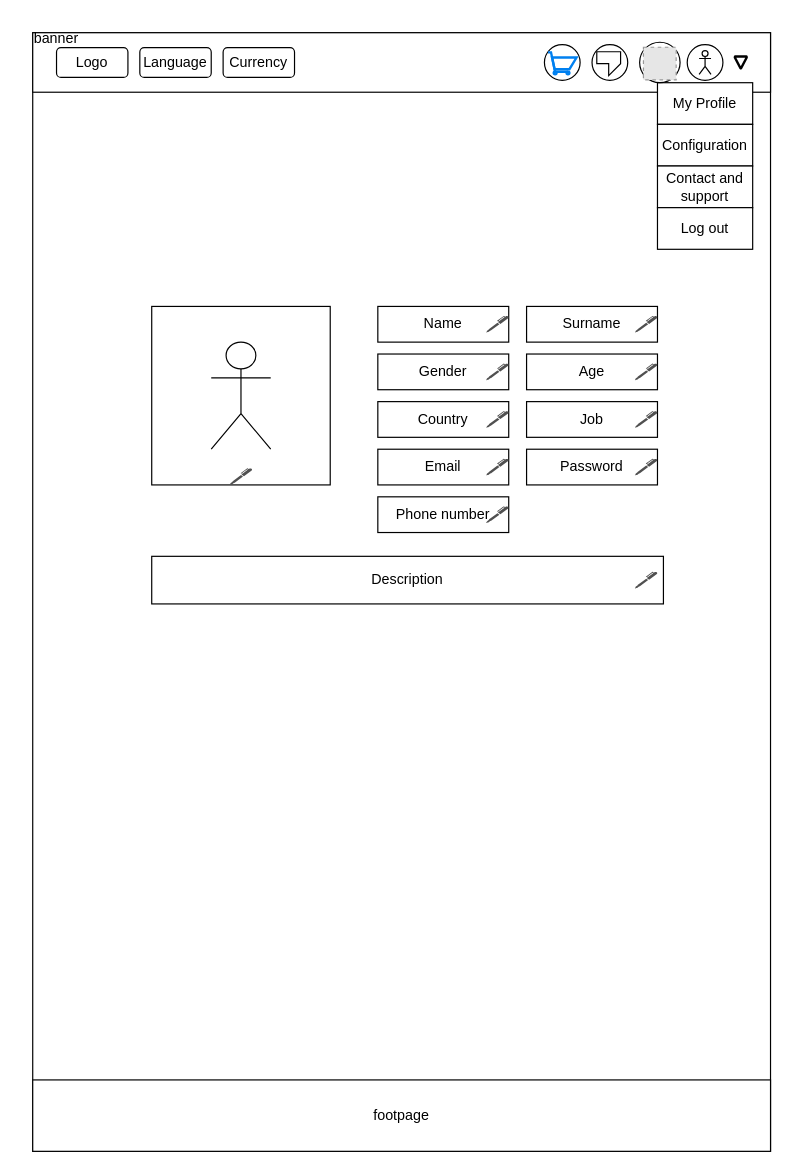
Above: CroquisWeb/DrawIO/My Profile.drawio in sofwarebakery/CroquisWeb (draw.io), before the change. Source tidied: cells renumbered, new cells numbered last; positions are measured from the earlier drawing's top-left corner, leaving out a move shared by most shapes. Both pictures are drawn from the tidied source at 119%, with x=0, y=0 at pixel (20, 20). Pictures stored in the file or linked from it are replaced by grey dashed boxes.
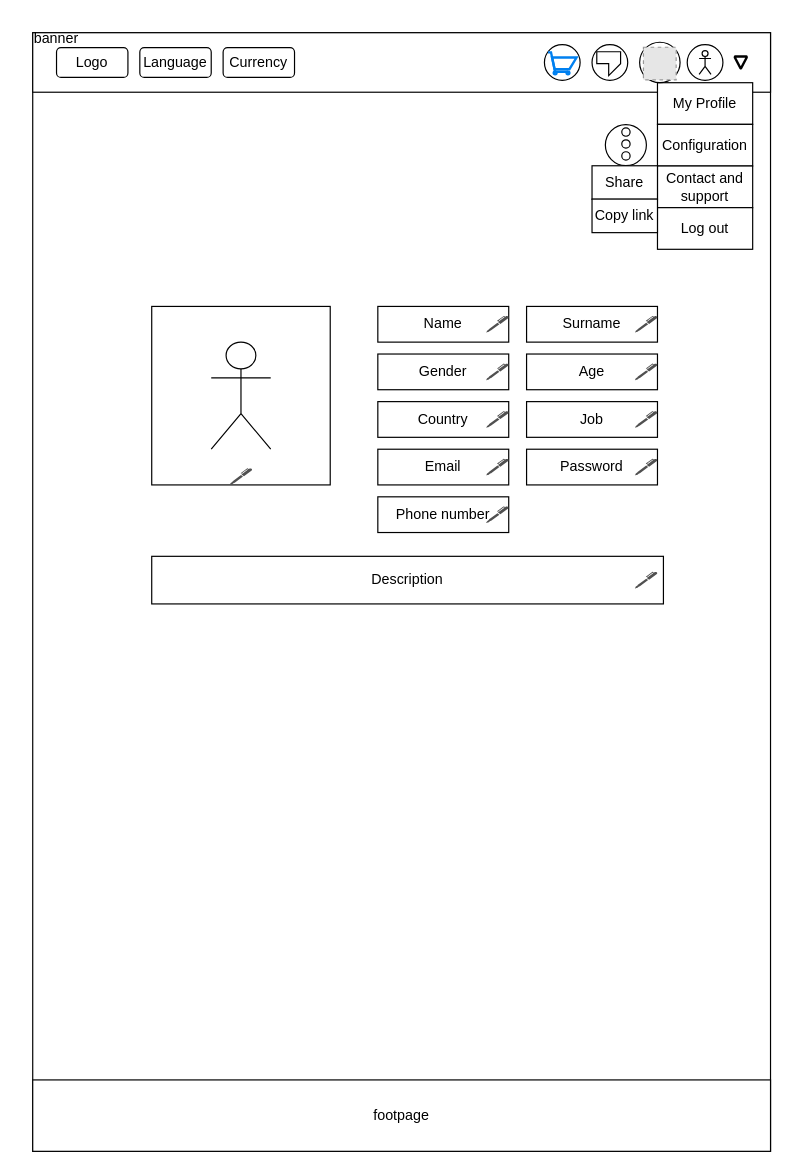
The same diagram, later.

What changed in the source:
```diff
@@
+    <mxCell id="46" style="ellipse;whiteSpace=wrap;html=1;" parent="1" vertex="1">
+      <mxGeometry x="491.2" y="87.2" width="34.5" height="34.5" as="geometry" />
+    </mxCell>
+    <mxCell id="47" style="ellipse;whiteSpace=wrap;html=1;" parent="1" vertex="1">
+      <mxGeometry x="505" y="100" width="7" height="7" as="geometry" />
+    </mxCell>
+    <mxCell id="48" style="ellipse;whiteSpace=wrap;html=1;" parent="1" vertex="1">
+      <mxGeometry x="505" y="110" width="7" height="7" as="geometry" />
+    </mxCell>
+    <mxCell id="49" style="ellipse;whiteSpace=wrap;html=1;" parent="1" vertex="1">
+      <mxGeometry x="505" y="90" width="7" height="7" as="geometry" />
+    </mxCell>
+    <mxCell id="50" value="Share" style="rounded=0;whiteSpace=wrap;html=1;" parent="1" vertex="1">
+      <mxGeometry x="480" y="121.8" width="55" height="28.2" as="geometry" />
+    </mxCell>
+    <mxCell id="51" value="Copy link" style="rounded=0;whiteSpace=wrap;html=1;" parent="1" vertex="1">
+      <mxGeometry x="480" y="149.8" width="55" height="28.2" as="geometry" />
+    </mxCell>
```
